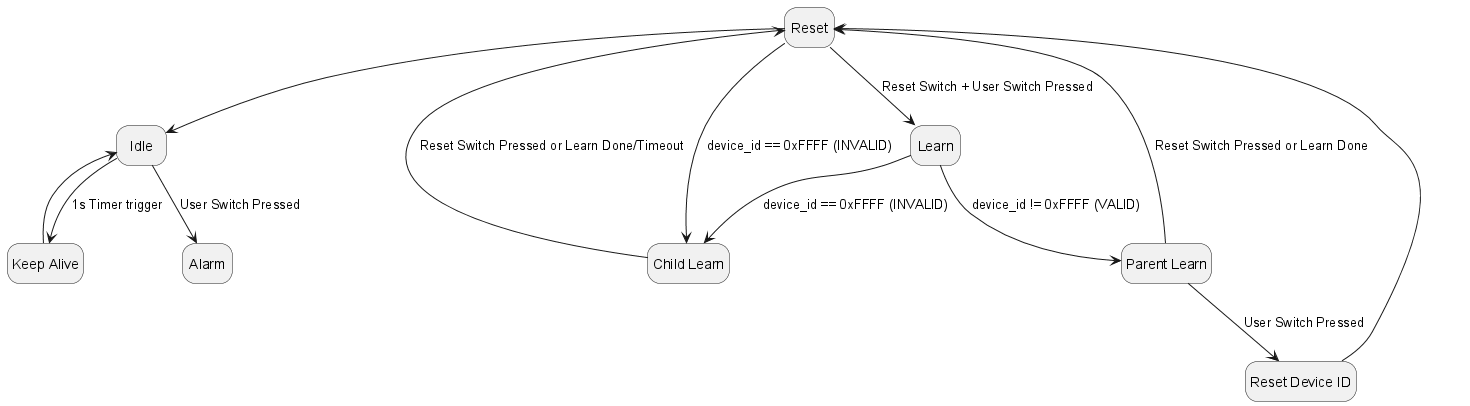
This is apps/sensor/images/sensor_state_overview.png from MicrochipTech/ATA8510_RF_Alarm_System, a PlantUML export, as it was before one commit.
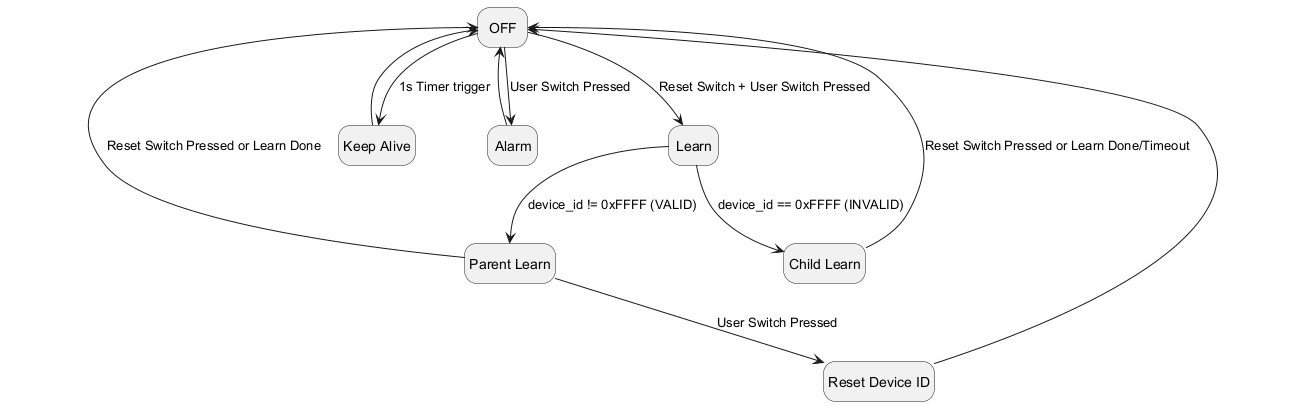
After the commit.

What changed in the source:
```diff
@@ -1,23 +1,21 @@
 @startuml sensor_state_overview
 hide empty description
-state "Reset" as reset
-state "Idle" as idle
+state "OFF" as off
 state "Learn" as learn
 state "Child Learn" as child_learn
 state "Parent Learn" as parent_learn
 state "Reset Device ID" as reset_device_id
 state "Keep Alive" as keep_alive
 state "Alarm" as alarm
-reset --> idle
-reset --> learn : Reset Switch + User Switch Pressed
-reset --> child_learn : device_id == 0xFFFF (INVALID)
+off --> learn : Reset Switch + User Switch Pressed
 learn --> child_learn : device_id == 0xFFFF (INVALID)
-child_learn --> reset : Reset Switch Pressed or Learn Done/Timeout
+child_learn --> off : Reset Switch Pressed or Learn Done/Timeout
 learn --> parent_learn : device_id != 0xFFFF (VALID)
 parent_learn --> reset_device_id : User Switch Pressed
-parent_learn --> reset : Reset Switch Pressed or Learn Done
-reset_device_id --> reset
-idle --> alarm : User Switch Pressed
-idle --> keep_alive : 1s Timer trigger
-keep_alive --> idle
+parent_learn --> off : Reset Switch Pressed or Learn Done
+reset_device_id --> off
+off --> alarm : User Switch Pressed
+alarm --> off
+off --> keep_alive : 1s Timer trigger
+keep_alive --> off
 @enduml
```
